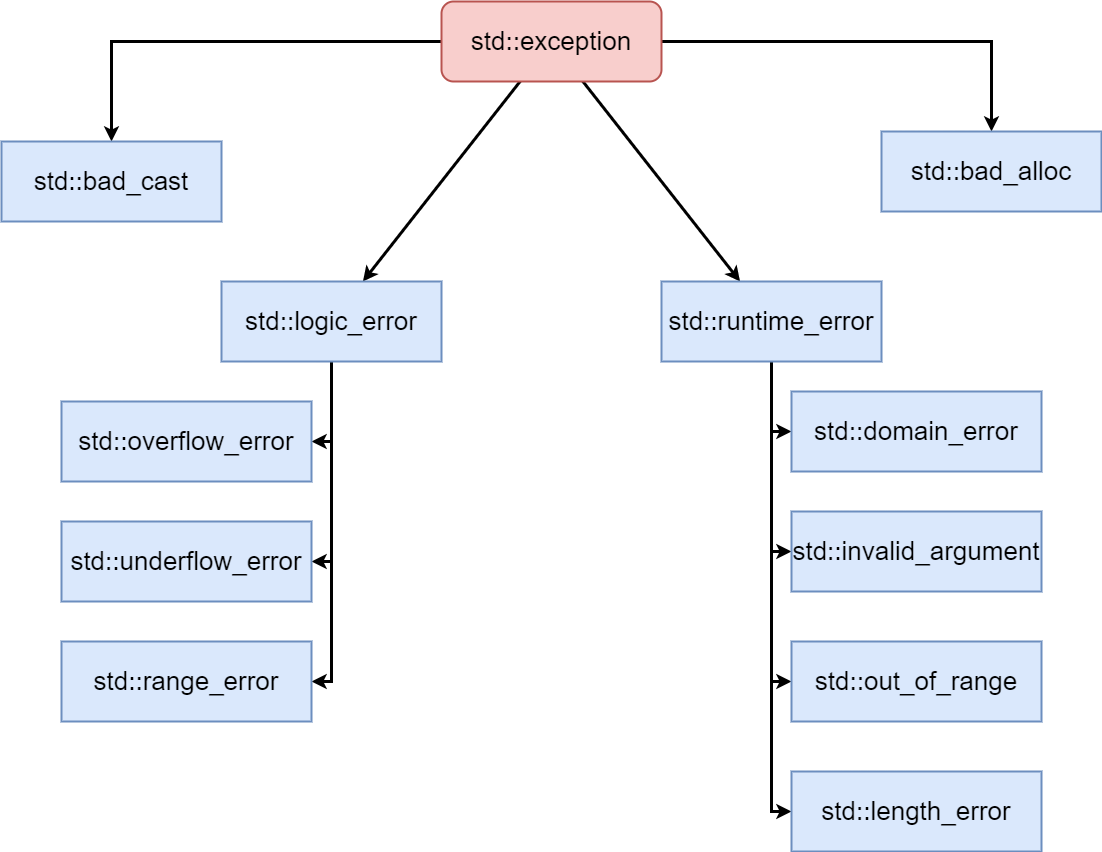
Before: CS/Coding/Cpp/Cpp基础&1114/CppExceptionSystem.png.drawio.png, a diagram exported from draw.io (superwjfeng/MarkdownWriting). Source tidied: cells renumbered, new cells last; positions are measured from the earlier drawing's top-left corner, leaving out a move shared by most shapes. Source of this version:
```xml
<mxGraphModel background="#ffffff">
  <root>
    <mxCell id="0" />
    <mxCell id="1" parent="0" />
    <mxCell id="2" style="edgeStyle=orthogonalEdgeStyle;rounded=0;jettySize=auto;html=1;strokeWidth=3;" parent="1" edge="1" source="6" target="7">
      <mxGeometry relative="1" as="geometry" />
    </mxCell>
    <mxCell id="3" style="edgeStyle=orthogonalEdgeStyle;rounded=0;jettySize=auto;html=1;strokeWidth=3;" parent="1" edge="1" source="6" target="8">
      <mxGeometry relative="1" as="geometry" />
    </mxCell>
    <mxCell id="4" style="rounded=0;jettySize=auto;html=1;strokeWidth=3;" parent="1" edge="1" source="6" target="17">
      <mxGeometry relative="1" as="geometry" />
    </mxCell>
    <mxCell id="5" style="rounded=0;jettySize=auto;html=1;strokeWidth=3;" parent="1" edge="1" source="6" target="13">
      <mxGeometry relative="1" as="geometry" />
    </mxCell>
    <mxCell id="6" value="&lt;font style=&quot;font-size: 26px;&quot;&gt;std::exception&lt;/font&gt;" style="rounded=1;whiteSpace=wrap;html=1;fillColor=#f8cecc;strokeColor=#b85450;strokeWidth=2;" parent="1" vertex="1">
      <mxGeometry x="440" width="220" height="80" as="geometry" />
    </mxCell>
    <mxCell id="7" value="&lt;font style=&quot;font-size: 26px;&quot;&gt;std::bad_cast&lt;/font&gt;" style="rounded=0;whiteSpace=wrap;html=1;fillColor=#dae8fc;strokeColor=#6c8ebf;strokeWidth=2;" parent="1" vertex="1">
      <mxGeometry y="140" width="220" height="80" as="geometry" />
    </mxCell>
    <mxCell id="8" value="&lt;font style=&quot;font-size: 26px;&quot;&gt;std::bad_alloc&lt;/font&gt;" style="rounded=0;whiteSpace=wrap;html=1;fillColor=#dae8fc;strokeColor=#6c8ebf;strokeWidth=2;" parent="1" vertex="1">
      <mxGeometry x="880" y="130" width="220" height="80" as="geometry" />
    </mxCell>
    <mxCell id="9" style="edgeStyle=orthogonalEdgeStyle;rounded=0;jettySize=auto;html=1;entryX=0;entryY=0.5;entryDx=0;entryDy=0;strokeWidth=3;" parent="1" edge="1" source="13" target="21">
      <mxGeometry relative="1" as="geometry" />
    </mxCell>
    <mxCell id="10" style="edgeStyle=orthogonalEdgeStyle;rounded=0;jettySize=auto;html=1;entryX=0;entryY=0.5;entryDx=0;entryDy=0;strokeWidth=3;" parent="1" edge="1" source="13" target="22">
      <mxGeometry relative="1" as="geometry" />
    </mxCell>
    <mxCell id="11" style="edgeStyle=orthogonalEdgeStyle;rounded=0;jettySize=auto;html=1;entryX=0;entryY=0.5;entryDx=0;entryDy=0;strokeWidth=3;" parent="1" edge="1" source="13" target="23">
      <mxGeometry relative="1" as="geometry" />
    </mxCell>
    <mxCell id="12" style="edgeStyle=orthogonalEdgeStyle;rounded=0;jettySize=auto;html=1;entryX=0;entryY=0.5;entryDx=0;entryDy=0;strokeWidth=3;" parent="1" edge="1" source="13" target="24">
      <mxGeometry relative="1" as="geometry" />
    </mxCell>
    <mxCell id="13" value="&lt;font style=&quot;font-size: 26px;&quot;&gt;std::runtime_error&lt;/font&gt;" style="rounded=0;whiteSpace=wrap;html=1;fillColor=#dae8fc;strokeColor=#6c8ebf;strokeWidth=2;" parent="1" vertex="1">
      <mxGeometry x="660" y="280" width="220" height="80" as="geometry" />
    </mxCell>
    <mxCell id="14" style="edgeStyle=orthogonalEdgeStyle;rounded=0;jettySize=auto;html=1;entryX=1;entryY=0.5;entryDx=0;entryDy=0;strokeWidth=3;" parent="1" edge="1" source="17" target="18">
      <mxGeometry relative="1" as="geometry" />
    </mxCell>
    <mxCell id="15" style="edgeStyle=orthogonalEdgeStyle;rounded=0;jettySize=auto;html=1;entryX=1;entryY=0.5;entryDx=0;entryDy=0;strokeWidth=3;" parent="1" edge="1" source="17" target="19">
      <mxGeometry relative="1" as="geometry" />
    </mxCell>
    <mxCell id="16" style="edgeStyle=orthogonalEdgeStyle;rounded=0;jettySize=auto;html=1;entryX=1;entryY=0.5;entryDx=0;entryDy=0;strokeWidth=3;" parent="1" edge="1" source="17" target="20">
      <mxGeometry relative="1" as="geometry" />
    </mxCell>
    <mxCell id="17" value="&lt;font style=&quot;font-size: 26px;&quot;&gt;std::logic_error&lt;/font&gt;" style="rounded=0;whiteSpace=wrap;html=1;fillColor=#dae8fc;strokeColor=#6c8ebf;strokeWidth=2;" parent="1" vertex="1">
      <mxGeometry x="220" y="280" width="220" height="80" as="geometry" />
    </mxCell>
    <mxCell id="18" value="&lt;font style=&quot;font-size: 26px;&quot;&gt;std::overflow_error&lt;/font&gt;" style="rounded=0;whiteSpace=wrap;html=1;fillColor=#dae8fc;strokeColor=#6c8ebf;strokeWidth=2;" parent="1" vertex="1">
      <mxGeometry x="60" y="400" width="250" height="80" as="geometry" />
    </mxCell>
    <mxCell id="19" value="&lt;font style=&quot;font-size: 26px;&quot;&gt;std::underflow_error&lt;/font&gt;" style="rounded=0;whiteSpace=wrap;html=1;fillColor=#dae8fc;strokeColor=#6c8ebf;strokeWidth=2;" parent="1" vertex="1">
      <mxGeometry x="60" y="520" width="250" height="80" as="geometry" />
    </mxCell>
    <mxCell id="20" value="&lt;font style=&quot;font-size: 26px;&quot;&gt;std::range_error&lt;/font&gt;" style="rounded=0;whiteSpace=wrap;html=1;fillColor=#dae8fc;strokeColor=#6c8ebf;strokeWidth=2;" parent="1" vertex="1">
      <mxGeometry x="60" y="640" width="250" height="80" as="geometry" />
    </mxCell>
    <mxCell id="21" value="&lt;font style=&quot;font-size: 26px;&quot;&gt;std::domain_error&lt;/font&gt;" style="rounded=0;whiteSpace=wrap;html=1;fillColor=#dae8fc;strokeColor=#6c8ebf;strokeWidth=2;" parent="1" vertex="1">
      <mxGeometry x="790" y="390" width="250" height="80" as="geometry" />
    </mxCell>
    <mxCell id="22" value="&lt;font style=&quot;font-size: 26px;&quot;&gt;std::invalid_argument&lt;/font&gt;" style="rounded=0;whiteSpace=wrap;html=1;fillColor=#dae8fc;strokeColor=#6c8ebf;strokeWidth=2;" parent="1" vertex="1">
      <mxGeometry x="790" y="510" width="250" height="80" as="geometry" />
    </mxCell>
    <mxCell id="23" value="&lt;font style=&quot;font-size: 26px;&quot;&gt;std::out_of_range&lt;/font&gt;" style="rounded=0;whiteSpace=wrap;html=1;fillColor=#dae8fc;strokeColor=#6c8ebf;strokeWidth=2;" parent="1" vertex="1">
      <mxGeometry x="790" y="640" width="250" height="80" as="geometry" />
    </mxCell>
    <mxCell id="24" value="&lt;font style=&quot;font-size: 26px;&quot;&gt;std::length_error&lt;/font&gt;" style="rounded=0;whiteSpace=wrap;html=1;fillColor=#dae8fc;strokeColor=#6c8ebf;strokeWidth=2;" parent="1" vertex="1">
      <mxGeometry x="790" y="770" width="250" height="80" as="geometry" />
    </mxCell>
  </root>
</mxGraphModel>
```
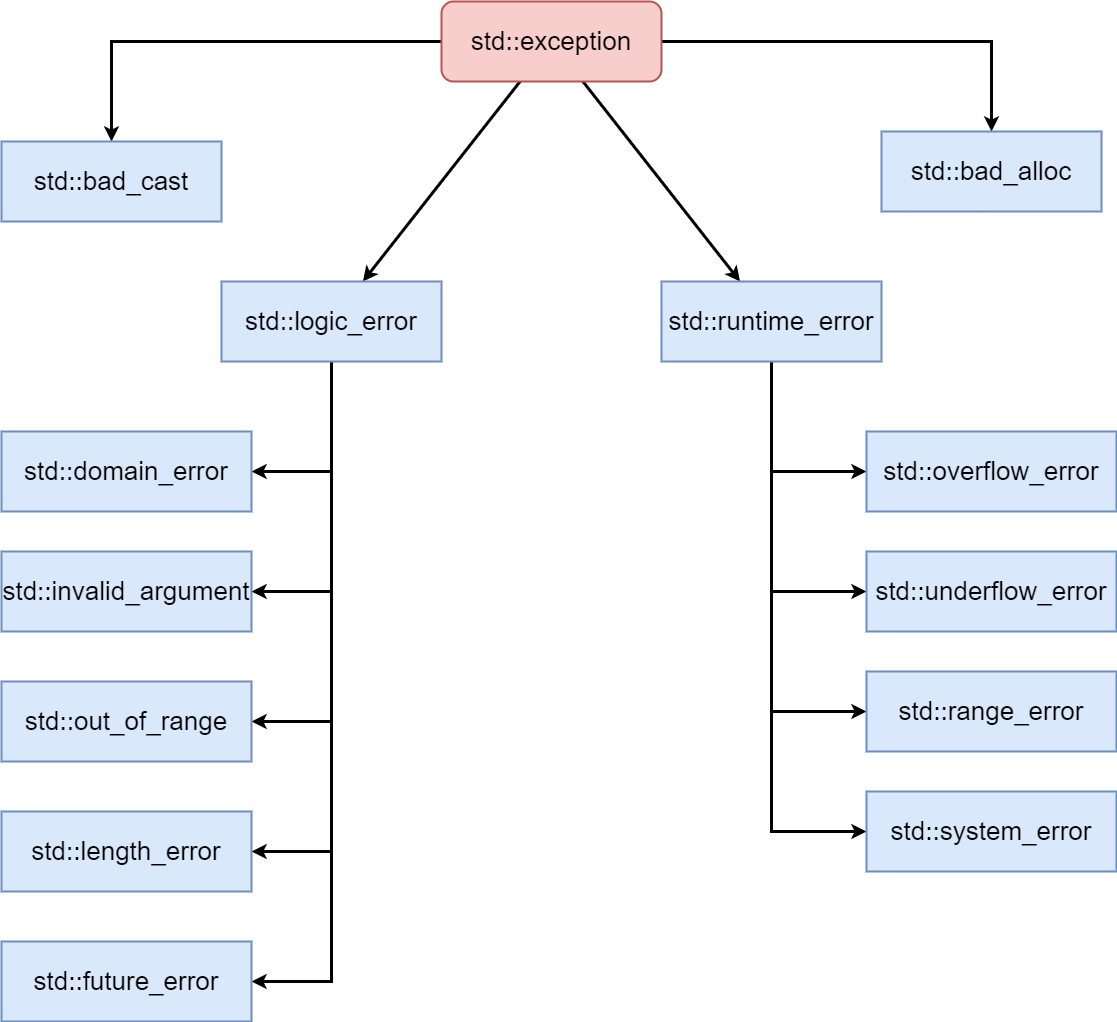
After the commit.

What changed in the source:
```diff
@@ -23,53 +23,65 @@
     <mxCell id="8" value="&lt;font style=&quot;font-size: 26px;&quot;&gt;std::bad_alloc&lt;/font&gt;" style="rounded=0;whiteSpace=wrap;html=1;fillColor=#dae8fc;strokeColor=#6c8ebf;strokeWidth=2;" parent="1" vertex="1">
       <mxGeometry x="880" y="130" width="220" height="80" as="geometry" />
     </mxCell>
-    <mxCell id="9" style="edgeStyle=orthogonalEdgeStyle;rounded=0;jettySize=auto;html=1;entryX=0;entryY=0.5;entryDx=0;entryDy=0;strokeWidth=3;" parent="1" edge="1" source="13" target="21">
-      <mxGeometry relative="1" as="geometry" />
-    </mxCell>
-    <mxCell id="10" style="edgeStyle=orthogonalEdgeStyle;rounded=0;jettySize=auto;html=1;entryX=0;entryY=0.5;entryDx=0;entryDy=0;strokeWidth=3;" parent="1" edge="1" source="13" target="22">
-      <mxGeometry relative="1" as="geometry" />
-    </mxCell>
-    <mxCell id="11" style="edgeStyle=orthogonalEdgeStyle;rounded=0;jettySize=auto;html=1;entryX=0;entryY=0.5;entryDx=0;entryDy=0;strokeWidth=3;" parent="1" edge="1" source="13" target="23">
-      <mxGeometry relative="1" as="geometry" />
-    </mxCell>
-    <mxCell id="12" style="edgeStyle=orthogonalEdgeStyle;rounded=0;jettySize=auto;html=1;entryX=0;entryY=0.5;entryDx=0;entryDy=0;strokeWidth=3;" parent="1" edge="1" source="13" target="24">
-      <mxGeometry relative="1" as="geometry" />
-    </mxCell>
+    <mxCell id="25" style="edgeStyle=orthogonalEdgeStyle;rounded=0;jettySize=auto;html=1;entryX=0;entryY=0.5;entryDx=0;entryDy=0;strokeWidth=3;" parent="1" edge="1" source="13" target="18">
+      <mxGeometry relative="1" as="geometry" />
+    </mxCell>
+    <mxCell id="26" style="edgeStyle=orthogonalEdgeStyle;rounded=0;jettySize=auto;html=1;entryX=0;entryY=0.5;entryDx=0;entryDy=0;strokeWidth=3;" parent="1" edge="1" source="13" target="19">
+      <mxGeometry relative="1" as="geometry" />
+    </mxCell>
+    <mxCell id="27" style="edgeStyle=orthogonalEdgeStyle;rounded=0;jettySize=auto;html=1;entryX=0;entryY=0.5;entryDx=0;entryDy=0;strokeWidth=3;" parent="1" edge="1" source="13" target="20">
+      <mxGeometry relative="1" as="geometry" />
+    </mxCell>
+    <mxCell id="28" style="edgeStyle=orthogonalEdgeStyle;rounded=0;jettySize=auto;html=1;entryX=0;entryY=0.5;entryDx=0;entryDy=0;strokeWidth=3;" parent="1" edge="1" source="13" target="35">
+      <mxGeometry relative="1" as="geometry" />
+    </mxCell>
     <mxCell id="13" value="&lt;font style=&quot;font-size: 26px;&quot;&gt;std::runtime_error&lt;/font&gt;" style="rounded=0;whiteSpace=wrap;html=1;fillColor=#dae8fc;strokeColor=#6c8ebf;strokeWidth=2;" parent="1" vertex="1">
       <mxGeometry x="660" y="280" width="220" height="80" as="geometry" />
     </mxCell>
-    <mxCell id="14" style="edgeStyle=orthogonalEdgeStyle;rounded=0;jettySize=auto;html=1;entryX=1;entryY=0.5;entryDx=0;entryDy=0;strokeWidth=3;" parent="1" edge="1" source="17" target="18">
-      <mxGeometry relative="1" as="geometry" />
-    </mxCell>
-    <mxCell id="15" style="edgeStyle=orthogonalEdgeStyle;rounded=0;jettySize=auto;html=1;entryX=1;entryY=0.5;entryDx=0;entryDy=0;strokeWidth=3;" parent="1" edge="1" source="17" target="19">
-      <mxGeometry relative="1" as="geometry" />
-    </mxCell>
-    <mxCell id="16" style="edgeStyle=orthogonalEdgeStyle;rounded=0;jettySize=auto;html=1;entryX=1;entryY=0.5;entryDx=0;entryDy=0;strokeWidth=3;" parent="1" edge="1" source="17" target="20">
-      <mxGeometry relative="1" as="geometry" />
-    </mxCell>
+    <mxCell id="29" style="edgeStyle=orthogonalEdgeStyle;rounded=0;jettySize=auto;html=1;entryX=1;entryY=0.5;entryDx=0;entryDy=0;strokeWidth=3;" parent="1" edge="1" source="17" target="21">
+      <mxGeometry relative="1" as="geometry" />
+    </mxCell>
+    <mxCell id="30" style="edgeStyle=orthogonalEdgeStyle;rounded=0;jettySize=auto;html=1;entryX=1;entryY=0.5;entryDx=0;entryDy=0;strokeWidth=3;" parent="1" edge="1" source="17" target="22">
+      <mxGeometry relative="1" as="geometry" />
+    </mxCell>
+    <mxCell id="31" style="edgeStyle=orthogonalEdgeStyle;rounded=0;jettySize=auto;html=1;entryX=1;entryY=0.5;entryDx=0;entryDy=0;strokeWidth=3;" parent="1" edge="1" source="17" target="23">
+      <mxGeometry relative="1" as="geometry" />
+    </mxCell>
+    <mxCell id="32" style="edgeStyle=orthogonalEdgeStyle;rounded=0;jettySize=auto;html=1;entryX=1;entryY=0.5;entryDx=0;entryDy=0;strokeWidth=3;" parent="1" edge="1" source="17" target="24">
+      <mxGeometry relative="1" as="geometry" />
+    </mxCell>
+    <mxCell id="33" style="edgeStyle=orthogonalEdgeStyle;rounded=0;jettySize=auto;html=1;entryX=1;entryY=0.5;entryDx=0;entryDy=0;strokeWidth=3;" parent="1" edge="1" source="17" target="34">
+      <mxGeometry relative="1" as="geometry" />
+    </mxCell>
     <mxCell id="17" value="&lt;font style=&quot;font-size: 26px;&quot;&gt;std::logic_error&lt;/font&gt;" style="rounded=0;whiteSpace=wrap;html=1;fillColor=#dae8fc;strokeColor=#6c8ebf;strokeWidth=2;" parent="1" vertex="1">
       <mxGeometry x="220" y="280" width="220" height="80" as="geometry" />
     </mxCell>
     <mxCell id="18" value="&lt;font style=&quot;font-size: 26px;&quot;&gt;std::overflow_error&lt;/font&gt;" style="rounded=0;whiteSpace=wrap;html=1;fillColor=#dae8fc;strokeColor=#6c8ebf;strokeWidth=2;" parent="1" vertex="1">
-      <mxGeometry x="60" y="400" width="250" height="80" as="geometry" />
+      <mxGeometry x="865" y="430" width="250" height="80" as="geometry" />
     </mxCell>
     <mxCell id="19" value="&lt;font style=&quot;font-size: 26px;&quot;&gt;std::underflow_error&lt;/font&gt;" style="rounded=0;whiteSpace=wrap;html=1;fillColor=#dae8fc;strokeColor=#6c8ebf;strokeWidth=2;" parent="1" vertex="1">
-      <mxGeometry x="60" y="520" width="250" height="80" as="geometry" />
+      <mxGeometry x="865" y="550" width="250" height="80" as="geometry" />
     </mxCell>
     <mxCell id="20" value="&lt;font style=&quot;font-size: 26px;&quot;&gt;std::range_error&lt;/font&gt;" style="rounded=0;whiteSpace=wrap;html=1;fillColor=#dae8fc;strokeColor=#6c8ebf;strokeWidth=2;" parent="1" vertex="1">
-      <mxGeometry x="60" y="640" width="250" height="80" as="geometry" />
+      <mxGeometry x="865" y="670" width="250" height="80" as="geometry" />
     </mxCell>
     <mxCell id="21" value="&lt;font style=&quot;font-size: 26px;&quot;&gt;std::domain_error&lt;/font&gt;" style="rounded=0;whiteSpace=wrap;html=1;fillColor=#dae8fc;strokeColor=#6c8ebf;strokeWidth=2;" parent="1" vertex="1">
-      <mxGeometry x="790" y="390" width="250" height="80" as="geometry" />
+      <mxGeometry y="430" width="250" height="80" as="geometry" />
     </mxCell>
     <mxCell id="22" value="&lt;font style=&quot;font-size: 26px;&quot;&gt;std::invalid_argument&lt;/font&gt;" style="rounded=0;whiteSpace=wrap;html=1;fillColor=#dae8fc;strokeColor=#6c8ebf;strokeWidth=2;" parent="1" vertex="1">
-      <mxGeometry x="790" y="510" width="250" height="80" as="geometry" />
+      <mxGeometry y="550" width="250" height="80" as="geometry" />
     </mxCell>
     <mxCell id="23" value="&lt;font style=&quot;font-size: 26px;&quot;&gt;std::out_of_range&lt;/font&gt;" style="rounded=0;whiteSpace=wrap;html=1;fillColor=#dae8fc;strokeColor=#6c8ebf;strokeWidth=2;" parent="1" vertex="1">
-      <mxGeometry x="790" y="640" width="250" height="80" as="geometry" />
+      <mxGeometry y="680" width="250" height="80" as="geometry" />
     </mxCell>
     <mxCell id="24" value="&lt;font style=&quot;font-size: 26px;&quot;&gt;std::length_error&lt;/font&gt;" style="rounded=0;whiteSpace=wrap;html=1;fillColor=#dae8fc;strokeColor=#6c8ebf;strokeWidth=2;" parent="1" vertex="1">
-      <mxGeometry x="790" y="770" width="250" height="80" as="geometry" />
+      <mxGeometry y="810" width="250" height="80" as="geometry" />
     </mxCell>
+    <mxCell id="34" value="&lt;font style=&quot;font-size: 26px;&quot;&gt;std::future_error&lt;/font&gt;" style="rounded=0;whiteSpace=wrap;html=1;fillColor=#dae8fc;strokeColor=#6c8ebf;strokeWidth=2;" parent="1" vertex="1">
+      <mxGeometry y="940" width="250" height="80" as="geometry" />
+    </mxCell>
+    <mxCell id="35" value="&lt;font style=&quot;font-size: 26px;&quot;&gt;std::system_error&lt;/font&gt;" style="rounded=0;whiteSpace=wrap;html=1;fillColor=#dae8fc;strokeColor=#6c8ebf;strokeWidth=2;" parent="1" vertex="1">
+      <mxGeometry x="865" y="790" width="250" height="80" as="geometry" />
+    </mxCell>
   </root>
 </mxGraphModel>
```
